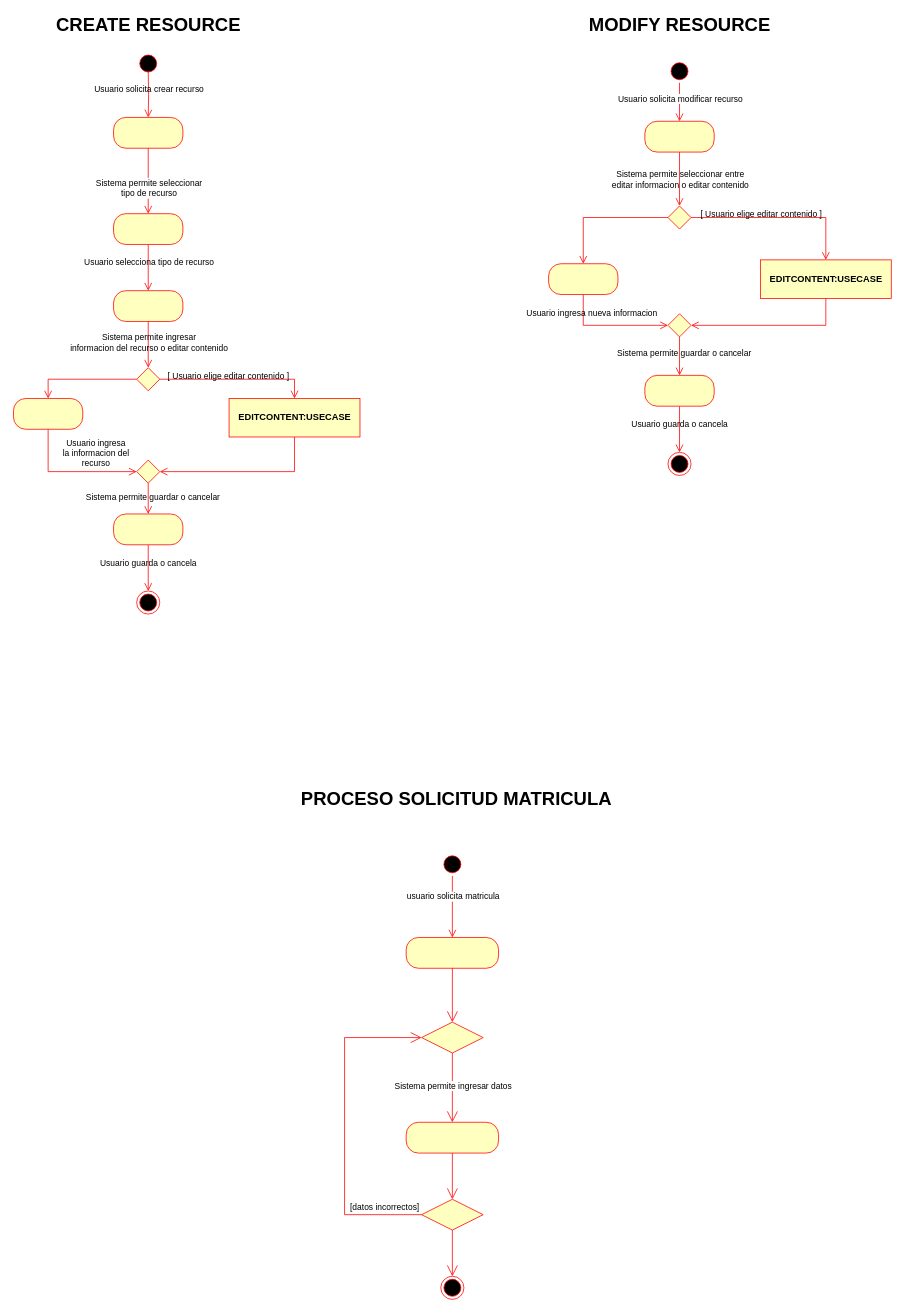
Above: page "Especificacion Casos de Uso" (4 of 4) of AULA INTEGRAL DEL NORTE.drawio in KemosahbeAndres/IntegralDelNorte (draw.io), before the change. Source tidied: cells renumbered, new cells numbered last; positions are measured from the earlier drawing's top-left corner, leaving out a move shared by most shapes. Both pictures are drawn from the tidied source at 77%, with x=0, y=0 at pixel (13, 13).
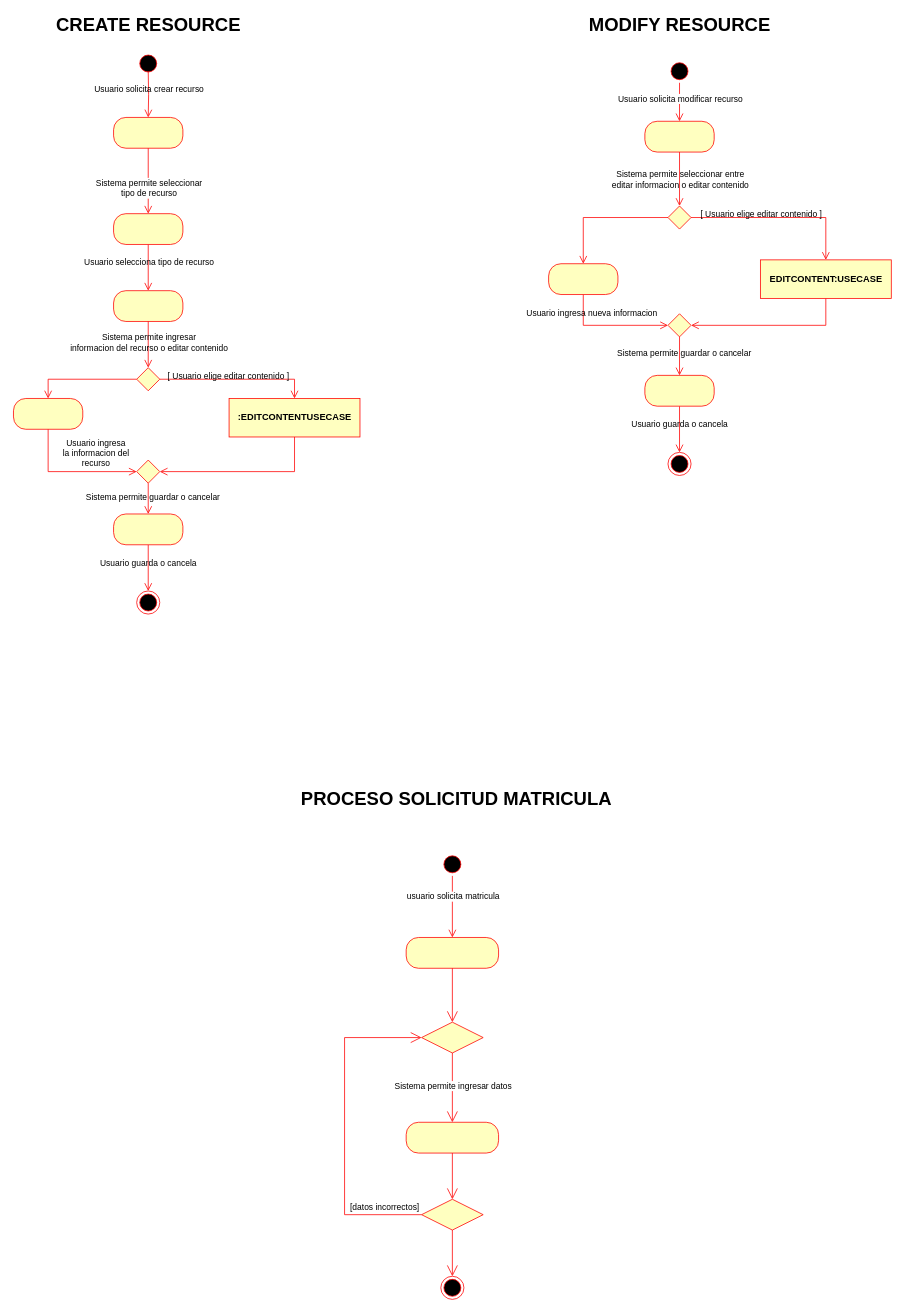
Above is the later version.

The change refers to these unchanged cells:
```xml
<mxCell id="30" style="group;" parent="1" vertex="1">
  <mxGeometry width="450" height="780" as="geometry" />
</mxCell>
```

Diff of the diagram source:
```diff
@@
-    <mxCell id="51" value="&lt;b&gt;EDITCONTENT:USECASE&lt;/b&gt;" style="html=1;labelBackgroundColor=none;fontSize=12;fillColor=#ffffc0;strokeColor=#ff0000;fontColor=#000000;rounded=1;arcSize=0;" parent="30" vertex="1">
+    <mxCell id="51" value="&lt;b&gt;:EDITCONTENTUSECASE&lt;/b&gt;" style="html=1;labelBackgroundColor=none;fontSize=12;fillColor=#ffffc0;strokeColor=#ff0000;fontColor=#000000;rounded=1;arcSize=0;" parent="30" vertex="1">
       <mxGeometry x="280" y="500" width="170" height="50" as="geometry" />
     </mxCell>
```
